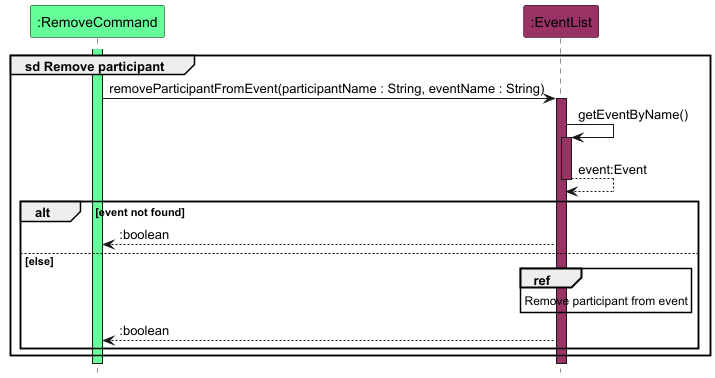
Above: docs/images/RemoveParticipantSequenceDiagram.png in nus-cs2113-AY2425S1/tp (PlantUML), before the change.
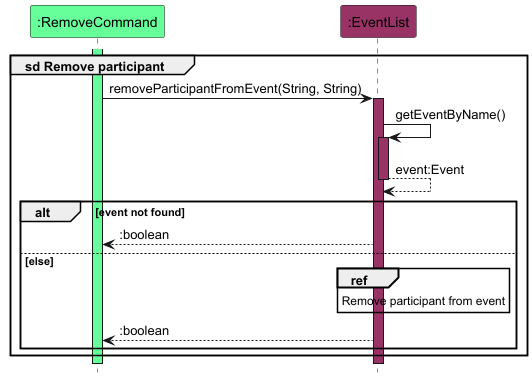
After the commit.

What changed in the source:
```diff
@@ -7,7 +7,7 @@
 
 group sd Remove participant
     activate command COMMAND_COLOUR
-    command -> eventList : removeParticipantFromEvent(participantName : String, eventName : String)
+    command -> eventList : removeParticipantFromEvent(String, String)
     activate eventList EVENT_COLOUR
 
     eventList -> eventList : getEventByName()
```
